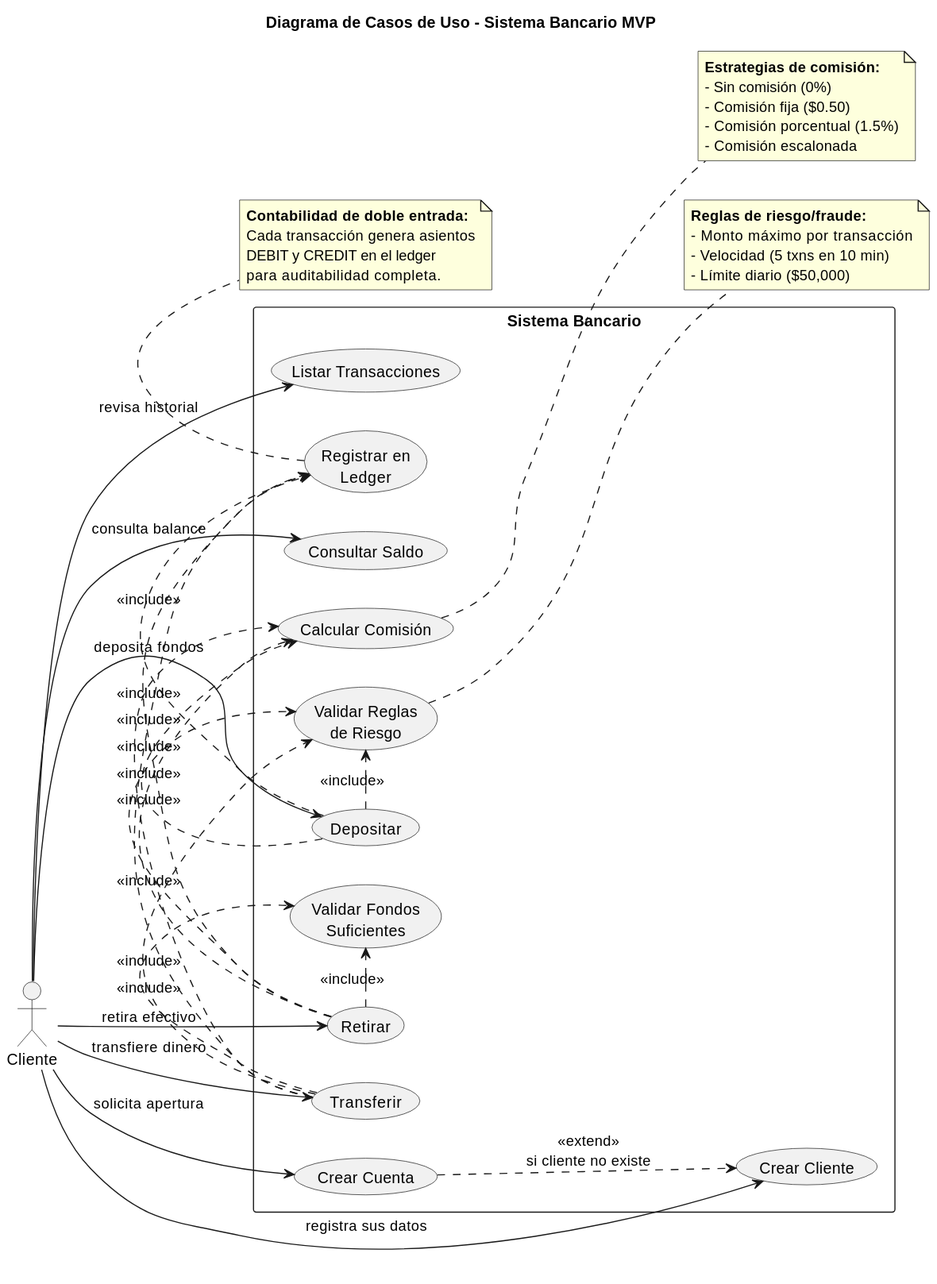
Above: docs/diagrams/use-case-diagram.svg in NaunayGang/PSET2 (PlantUML), before the change. Its diagram source:
```plantuml
@startuml
left to right direction
skinparam packageStyle rectangle

title Diagrama de Casos de Uso - Sistema Bancario MVP

:Cliente: as Cliente

rectangle "Sistema Bancario" {

    usecase "Crear Cliente" as UC1
    usecase "Crear Cuenta" as UC2
    usecase "Depositar" as UC3
    usecase "Retirar" as UC4
    usecase "Transferir" as UC5
    usecase "Consultar Saldo" as UC6
    usecase "Listar Transacciones" as UC7

    usecase "Calcular Comisión" as UC_Fee
    usecase "Validar Reglas\nde Riesgo" as UC_Risk
    usecase "Validar Fondos\nSuficientes" as UC_Funds
    usecase "Registrar en\nLedger" as UC_Ledger
}

Cliente --> UC1 : registra sus datos
Cliente --> UC2 : solicita apertura
Cliente --> UC3 : deposita fondos
Cliente --> UC4 : retira efectivo
Cliente --> UC5 : transfiere dinero
Cliente --> UC6 : consulta balance
Cliente --> UC7 : revisa historial

UC3 .> UC_Fee : <<include>>
UC3 .> UC_Risk : <<include>>
UC3 .> UC_Ledger : <<include>>

UC4 .> UC_Fee : <<include>>
UC4 .> UC_Risk : <<include>>
UC4 .> UC_Funds : <<include>>
UC4 .> UC_Ledger : <<include>>

UC5 .> UC_Fee : <<include>>
UC5 .> UC_Risk : <<include>>
UC5 .> UC_Funds : <<include>>
UC5 .> UC_Ledger : <<include>>

UC2 ..> UC1 : <<extend>>\nsi cliente no existe

note right of UC_Fee
  <b>Estrategias de comisión:</b>
  - Sin comisión (0%)
  - Comisión fija ($0.50)
  - Comisión porcentual (1.5%)
  - Comisión escalonada
end note

note right of UC_Risk
  <b>Reglas de riesgo/fraude:</b>
  - Monto máximo por transacción
  - Velocidad (5 txns en 10 min)
  - Límite diario ($50,000)
end note

note bottom of UC_Ledger
  <b>Contabilidad de doble entrada:</b>
  Cada transacción genera asientos
  DEBIT y CREDIT en el ledger
  para auditabilidad completa.
end note
@enduml
```
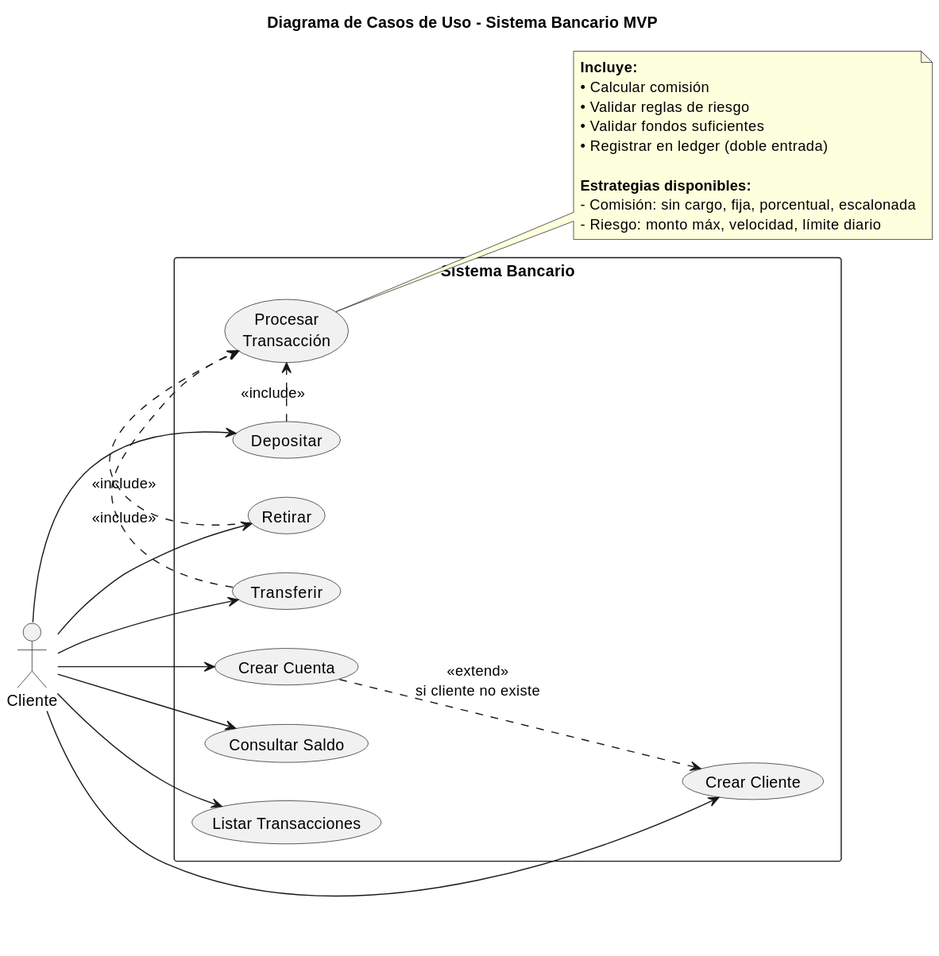
The same file after the commit.

Commit message:
refactor: simplify use case diagram to reduce visual clutter

Changes:
- Consolidate 4 internal use cases into single 'Procesar Transacción'
- Reduce <<include>> relationships from 12 to 3 arrows
- Remove edge labels that added visual noise
- Merge multiple notes into single comprehensive note
- Improve overall diagram readability

Before: Cluttered with many overlapping include relationships
After: Clean diagram with consolidated transaction processing

What changed in the source:
```diff
@@ -16,55 +16,32 @@
     usecase "Consultar Saldo" as UC6
     usecase "Listar Transacciones" as UC7
 
-    usecase "Calcular Comisión" as UC_Fee
-    usecase "Validar Reglas\nde Riesgo" as UC_Risk
-    usecase "Validar Fondos\nSuficientes" as UC_Funds
-    usecase "Registrar en\nLedger" as UC_Ledger
+    usecase "Procesar\nTransacción" as UC_Process
 }
 
-Cliente --> UC1 : registra sus datos
-Cliente --> UC2 : solicita apertura
-Cliente --> UC3 : deposita fondos
-Cliente --> UC4 : retira efectivo
-Cliente --> UC5 : transfiere dinero
-Cliente --> UC6 : consulta balance
-Cliente --> UC7 : revisa historial
+Cliente --> UC1
+Cliente --> UC2
+Cliente --> UC3
+Cliente --> UC4
+Cliente --> UC5
+Cliente --> UC6
+Cliente --> UC7
 
-UC3 .> UC_Fee : <<include>>
-UC3 .> UC_Risk : <<include>>
-UC3 .> UC_Ledger : <<include>>
-
-UC4 .> UC_Fee : <<include>>
-UC4 .> UC_Risk : <<include>>
-UC4 .> UC_Funds : <<include>>
-UC4 .> UC_Ledger : <<include>>
-
-UC5 .> UC_Fee : <<include>>
-UC5 .> UC_Risk : <<include>>
-UC5 .> UC_Funds : <<include>>
-UC5 .> UC_Ledger : <<include>>
+UC3 .> UC_Process : <<include>>
+UC4 .> UC_Process : <<include>>
+UC5 .> UC_Process : <<include>>
 
 UC2 ..> UC1 : <<extend>>\nsi cliente no existe
 
-note right of UC_Fee
-  <b>Estrategias de comisión:</b>
-  - Sin comisión (0%)
-  - Comisión fija ($0.50)
-  - Comisión porcentual (1.5%)
-  - Comisión escalonada
-end note
+note right of UC_Process
+  <b>Incluye:</b>
+  • Calcular comisión
+  • Validar reglas de riesgo
+  • Validar fondos suficientes
+  • Registrar en ledger (doble entrada)
 
-note right of UC_Risk
-  <b>Reglas de riesgo/fraude:</b>
-  - Monto máximo por transacción
-  - Velocidad (5 txns en 10 min)
-  - Límite diario ($50,000)
-end note
-
-note bottom of UC_Ledger
-  <b>Contabilidad de doble entrada:</b>
-  Cada transacción genera asientos
-  DEBIT y CREDIT en el ledger
-  para auditabilidad completa.
+  <b>Estrategias disponibles:</b>
+  - Comisión: sin cargo, fija, porcentual, escalonada
+  - Riesgo: monto máx, velocidad, límite diario
 end note
 @enduml
```
